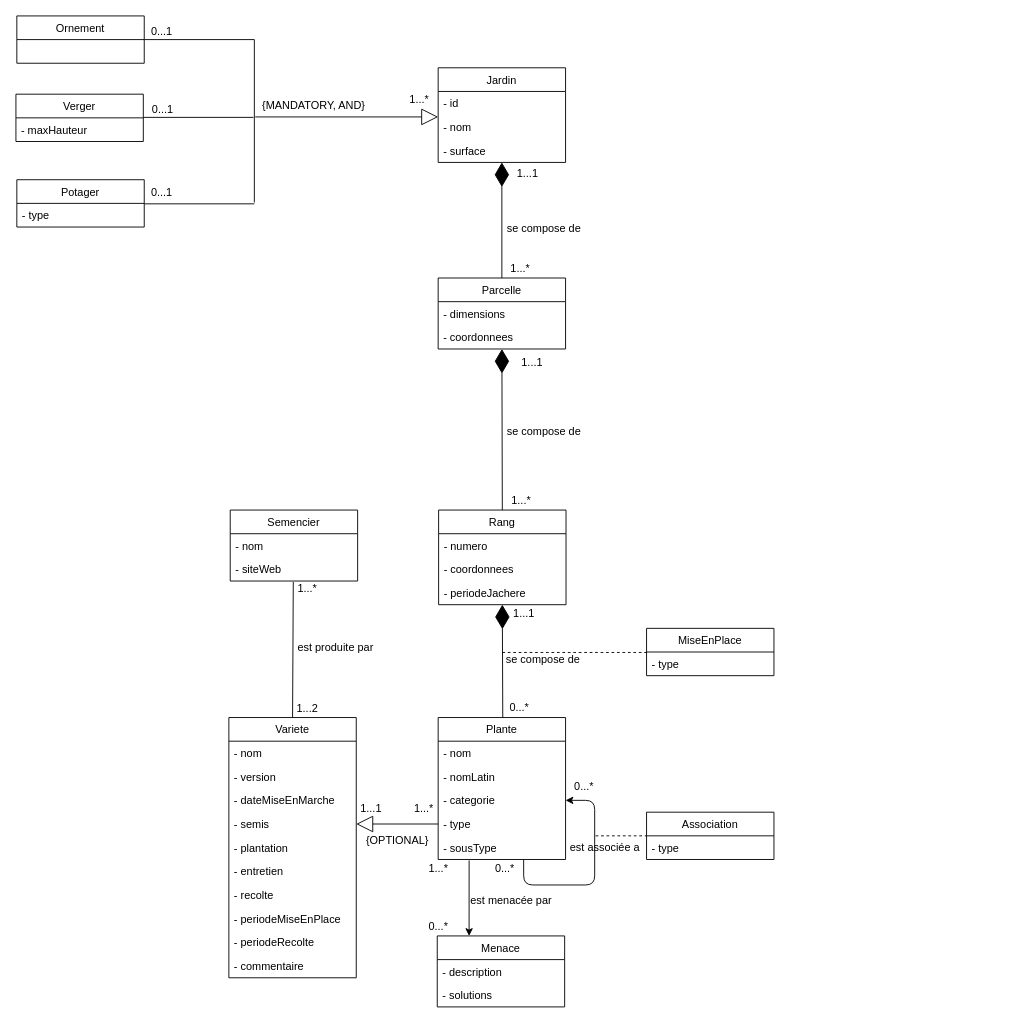
Earlier version of the draw.io diagram TP4_UML.drawio (GabTouchette/inf3710_tp4). Source tidied: cells renumbered, new cells numbered last; positions are measured from the earlier drawing's top-left corner, leaving out a move shared by most shapes. Both pictures are drawn from the tidied source at 91%, with x=0, y=0 at pixel (15, 15).
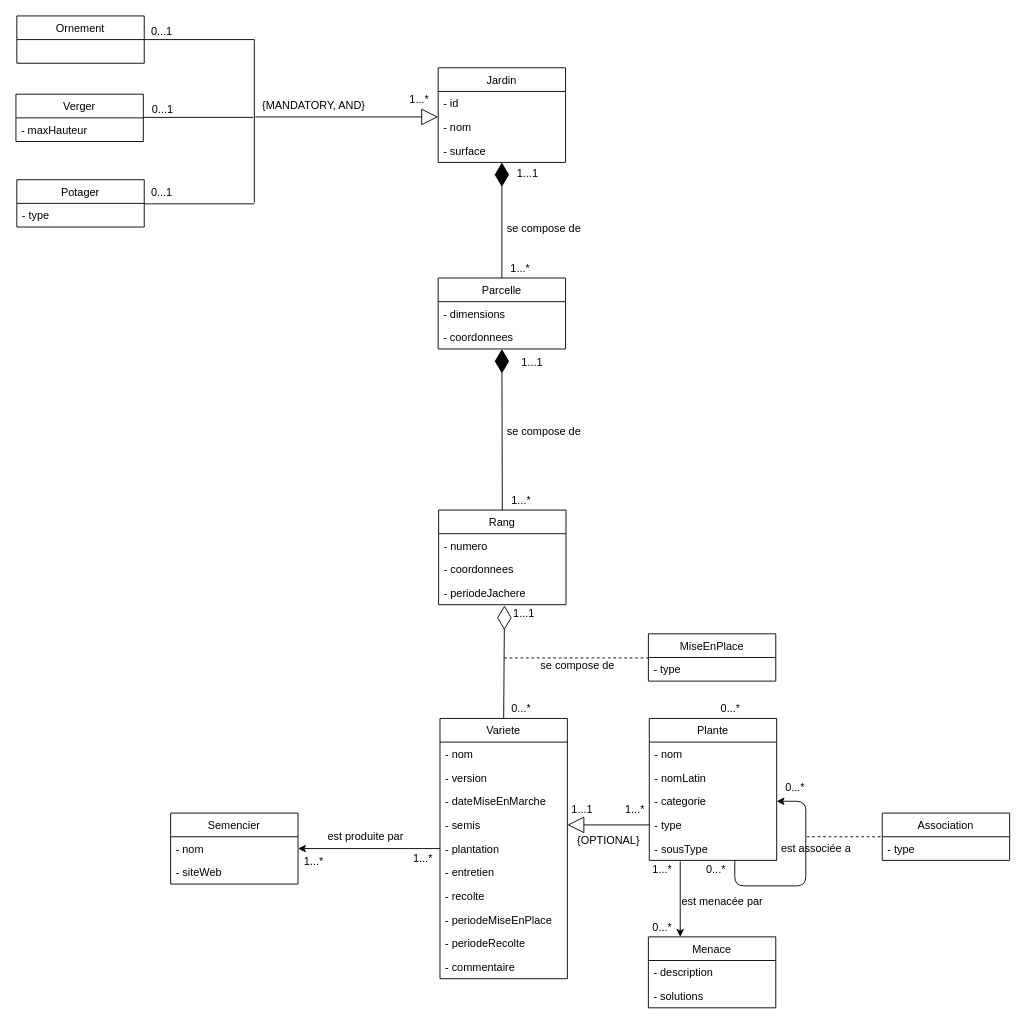
The same diagram, later.

The change refers to these unchanged cells:
```xml
<mxCell id="14" value="Rang" style="swimlane;fontStyle=0;horizontal=1;startSize=26;fillColor=none;" parent="1" vertex="1">
  <mxGeometry x="464.5" y="543" width="140" height="104" as="geometry" />
</mxCell>
<mxCell id="17" value="- periodeJachere" style="text;strokeColor=none;fillColor=none;align=left;verticalAlign=top;spacingLeft=4;spacingRight=4;overflow=hidden;points=[[0,0.5],[1,0.5]];portConstraint=eastwest;" parent="14" vertex="1">
  <mxGeometry y="78" width="140" height="26" as="geometry" />
</mxCell>
<mxCell id="35" value="- plantation" style="text;strokeColor=none;fillColor=none;align=left;verticalAlign=top;spacingLeft=4;spacingRight=4;overflow=hidden;points=[[0,0.5],[1,0.5]];portConstraint=eastwest;" parent="30" vertex="1">
  <mxGeometry y="130" width="140" height="26" as="geometry" />
</mxCell>
<mxCell id="42" value="- nom" style="text;strokeColor=none;fillColor=none;align=left;verticalAlign=top;spacingLeft=4;spacingRight=4;overflow=hidden;points=[[0,0.5],[1,0.5]];portConstraint=eastwest;" parent="41" vertex="1">
  <mxGeometry y="26" width="140" height="26" as="geometry" />
</mxCell>
<mxCell id="43" value="- siteWeb" style="text;strokeColor=none;fillColor=none;align=left;verticalAlign=top;spacingLeft=4;spacingRight=4;overflow=hidden;points=[[0,0.5],[1,0.5]];portConstraint=eastwest;" parent="41" vertex="1">
  <mxGeometry y="52" width="140" height="26" as="geometry" />
</mxCell>
```

What changed in the source:
```diff
@@
     <mxCell id="18" value="Plante" style="swimlane;fontStyle=0;horizontal=1;startSize=26;fillColor=none;" parent="1" vertex="1">
-      <mxGeometry x="464" y="771" width="140" height="156" as="geometry" />
+      <mxGeometry x="696" y="772" width="140" height="156" as="geometry" />
     </mxCell>
@@
     <mxCell id="25" value="MiseEnPlace" style="swimlane;fontStyle=0;horizontal=1;startSize=26;fillColor=none;" parent="1" vertex="1">
-      <mxGeometry x="693" y="673" width="140" height="52" as="geometry" />
+      <mxGeometry x="695" y="679" width="140" height="52" as="geometry" />
     </mxCell>
@@
     <mxCell id="27" value="Menace" style="swimlane;fontStyle=0;horizontal=1;startSize=26;fillColor=none;" parent="1" vertex="1">
-      <mxGeometry x="463" y="1011" width="140" height="78" as="geometry" />
+      <mxGeometry x="695" y="1012" width="140" height="78" as="geometry" />
     </mxCell>
@@
     <mxCell id="30" value="Variete" style="swimlane;fontStyle=0;horizontal=1;startSize=26;fillColor=none;" parent="1" vertex="1">
-      <mxGeometry x="234" y="771" width="140" height="286" as="geometry" />
+      <mxGeometry x="466" y="772" width="140" height="286" as="geometry" />
     </mxCell>
@@
     <mxCell id="41" value="Semencier" style="swimlane;fontStyle=0;horizontal=1;startSize=26;fillColor=none;" parent="1" vertex="1">
-      <mxGeometry x="235.5" y="543" width="140" height="78" as="geometry" />
+      <mxGeometry x="170" y="876" width="140" height="78" as="geometry" />
     </mxCell>
@@
     <mxCell id="44" value="Association" style="swimlane;fontStyle=0;horizontal=1;startSize=26;fillColor=none;" parent="1" vertex="1">
-      <mxGeometry x="693" y="875" width="140" height="52" as="geometry" />
+      <mxGeometry x="952" y="876" width="140" height="52" as="geometry" />
     </mxCell>
@@
     <mxCell id="46" value="0...*" style="text;html=1;align=center;verticalAlign=middle;" parent="1" vertex="1">
-      <mxGeometry x="517" y="927" width="40" height="20" as="geometry" />
+      <mxGeometry x="749" y="928" width="40" height="20" as="geometry" />
     </mxCell>
     <mxCell id="47" value="0...*" style="text;html=1;align=center;verticalAlign=middle;" parent="1" vertex="1">
-      <mxGeometry x="604" y="837" width="40" height="20" as="geometry" />
+      <mxGeometry x="836" y="838" width="40" height="20" as="geometry" />
     </mxCell>
     <mxCell id="48" style="endArrow=none;dashed=1;html=1;entryX=0;entryY=0.5;entryDx=0;entryDy=0;" parent="1" edge="1" target="44">
       <mxGeometry relative="1" as="geometry">
-        <mxPoint x="637" y="901" as="sourcePoint" />
+        <mxPoint x="869" y="902" as="sourcePoint" />
       </mxGeometry>
     </mxCell>
@@
     <mxCell id="53" style="endArrow=none;dashed=1;html=1;entryX=0;entryY=0.5;entryDx=0;entryDy=0;" parent="1" edge="1">
       <mxGeometry relative="1" as="geometry">
-        <mxPoint x="534.5" y="699.5" as="sourcePoint" />
-        <mxPoint x="693.5" y="699.5" as="targetPoint" />
+        <mxPoint x="536.5" y="705.5" as="sourcePoint" />
+        <mxPoint x="695.5" y="705.5" as="targetPoint" />
       </mxGeometry>
     </mxCell>
@@
     <mxCell id="59" value="0...*" style="text;html=1;align=center;verticalAlign=middle;" parent="1" vertex="1">
-      <mxGeometry x="533" y="750" width="40" height="20" as="geometry" />
+      <mxGeometry x="765" y="751" width="40" height="20" as="geometry" />
     </mxCell>
     <mxCell id="60" value="0...*" style="text;html=1;align=center;verticalAlign=middle;" parent="1" vertex="1">
-      <mxGeometry x="444" y="991" width="40" height="20" as="geometry" />
+      <mxGeometry x="690" y="992" width="40" height="20" as="geometry" />
     </mxCell>
     <mxCell id="61" value="1...*" style="text;html=1;align=center;verticalAlign=middle;" parent="1" vertex="1">
-      <mxGeometry x="444" y="927" width="40" height="20" as="geometry" />
+      <mxGeometry x="690" y="928" width="40" height="20" as="geometry" />
     </mxCell>
     <mxCell id="62" value="1...1" style="text;html=1;align=center;verticalAlign=middle;" parent="1" vertex="1">
-      <mxGeometry x="370" y="861" width="40" height="20" as="geometry" />
+      <mxGeometry x="602" y="862" width="40" height="20" as="geometry" />
     </mxCell>
     <mxCell id="63" value="1...*" style="text;html=1;align=center;verticalAlign=middle;" parent="1" vertex="1">
-      <mxGeometry x="428" y="861" width="40" height="20" as="geometry" />
+      <mxGeometry x="660" y="862" width="40" height="20" as="geometry" />
     </mxCell>
-    <mxCell id="64" style="endArrow=none;html=1;entryX=0.495;entryY=1.038;entryDx=0;entryDy=0;entryPerimeter=0;exitX=0.5;exitY=0;exitDx=0;exitDy=0;" parent="1" edge="1" source="30" target="43">
-      <mxGeometry relative="1" as="geometry" />
-    </mxCell>
     <mxCell id="65" value="1...*" style="text;html=1;align=center;verticalAlign=middle;" parent="1" vertex="1">
-      <mxGeometry x="299.5" y="620" width="40" height="20" as="geometry" />
+      <mxGeometry x="306.5" y="920" width="40" height="20" as="geometry" />
     </mxCell>
-    <mxCell id="66" value="1...2" style="text;html=1;align=center;verticalAlign=middle;" parent="1" vertex="1">
-      <mxGeometry x="300" y="751" width="40" height="20" as="geometry" />
+    <mxCell id="66" value="1...*" style="text;html=1;align=center;verticalAlign=middle;" parent="1" vertex="1">
+      <mxGeometry x="431" y="917" width="31" height="18" as="geometry" />
     </mxCell>
@@
     <mxCell id="77" value="est produite par" style="text;html=1;align=center;verticalAlign=middle;" parent="1" vertex="1">
-      <mxGeometry x="304" y="685" width="93" height="18" as="geometry" />
+      <mxGeometry x="337" y="893" width="93" height="18" as="geometry" />
     </mxCell>
     <mxCell id="78" value="est associée a" style="text;html=1;align=center;verticalAlign=middle;" parent="1" vertex="1">
-      <mxGeometry x="603" y="905" width="87" height="18" as="geometry" />
+      <mxGeometry x="835" y="906" width="87" height="18" as="geometry" />
     </mxCell>
@@
     <mxCell id="80" value="{OPTIONAL}" style="text;html=1;align=center;verticalAlign=middle;" parent="1" vertex="1">
-      <mxGeometry x="379" y="897" width="79" height="18" as="geometry" />
+      <mxGeometry x="611" y="898" width="79" height="18" as="geometry" />
     </mxCell>
@@
     <mxCell id="82" value="est menacée par" style="text;html=1;align=center;verticalAlign=middle;" parent="1" vertex="1">
-      <mxGeometry x="494" y="963" width="99" height="18" as="geometry" />
+      <mxGeometry x="726" y="964" width="99" height="18" as="geometry" />
     </mxCell>
-    <mxCell id="83" style="endArrow=diamondThin;endFill=1;endSize=24;html=1;entryX=0.5;entryY=1;entryDx=0;entryDy=0;" parent="1" edge="1" target="14">
-      <mxGeometry relative="1" as="geometry">
-        <mxPoint x="535" y="771" as="sourcePoint" />
-      </mxGeometry>
-    </mxCell>
     <mxCell id="84" value="se compose de&lt;br&gt;" style="text;html=1;align=center;verticalAlign=middle;" parent="1" vertex="1">
-      <mxGeometry x="533" y="699" width="91" height="18" as="geometry" />
+      <mxGeometry x="571" y="705" width="91" height="18" as="geometry" />
     </mxCell>
+    <mxCell id="85" style="edgeStyle=orthogonalEdgeStyle;rounded=0;jettySize=auto;html=1;exitX=0;exitY=0.5;exitDx=0;exitDy=0;entryX=1;entryY=0.5;entryDx=0;entryDy=0;" parent="1" edge="1" source="35" target="42">
+      <mxGeometry relative="1" as="geometry" />
+    </mxCell>
+    <mxCell id="86" value="0...*" style="text;html=1;align=center;verticalAlign=middle;" parent="1" vertex="1">
+      <mxGeometry x="539.5" y="752" width="31" height="18" as="geometry" />
+    </mxCell>
+    <mxCell id="87" style="endArrow=diamondThin;endFill=0;endSize=24;html=1;exitX=0.5;exitY=0;exitDx=0;exitDy=0;entryX=0.517;entryY=1.032;entryDx=0;entryDy=0;entryPerimeter=0;" parent="1" edge="1" source="30" target="17">
+      <mxGeometry relative="1" as="geometry" />
+    </mxCell>
```
